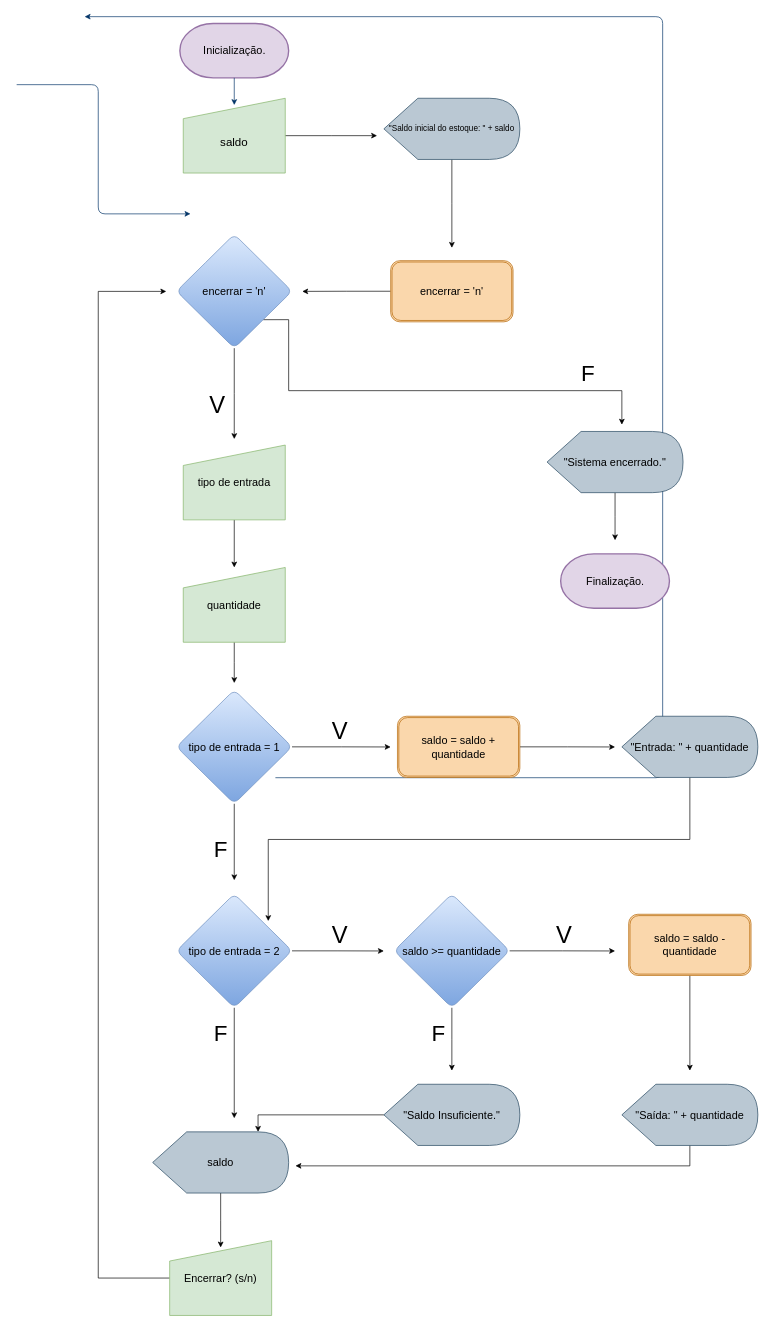
This is Untitled Diagram.drawio from petterkrupp/OnlineRepository, a draw.io file, before an edit. Source tidied: cells renumbered, new cells numbered last; positions are measured from the earlier drawing's top-left corner, leaving out a move shared by most shapes. Both pictures are drawn from the tidied source at 68%, with x=0, y=0 at pixel (16, 16).
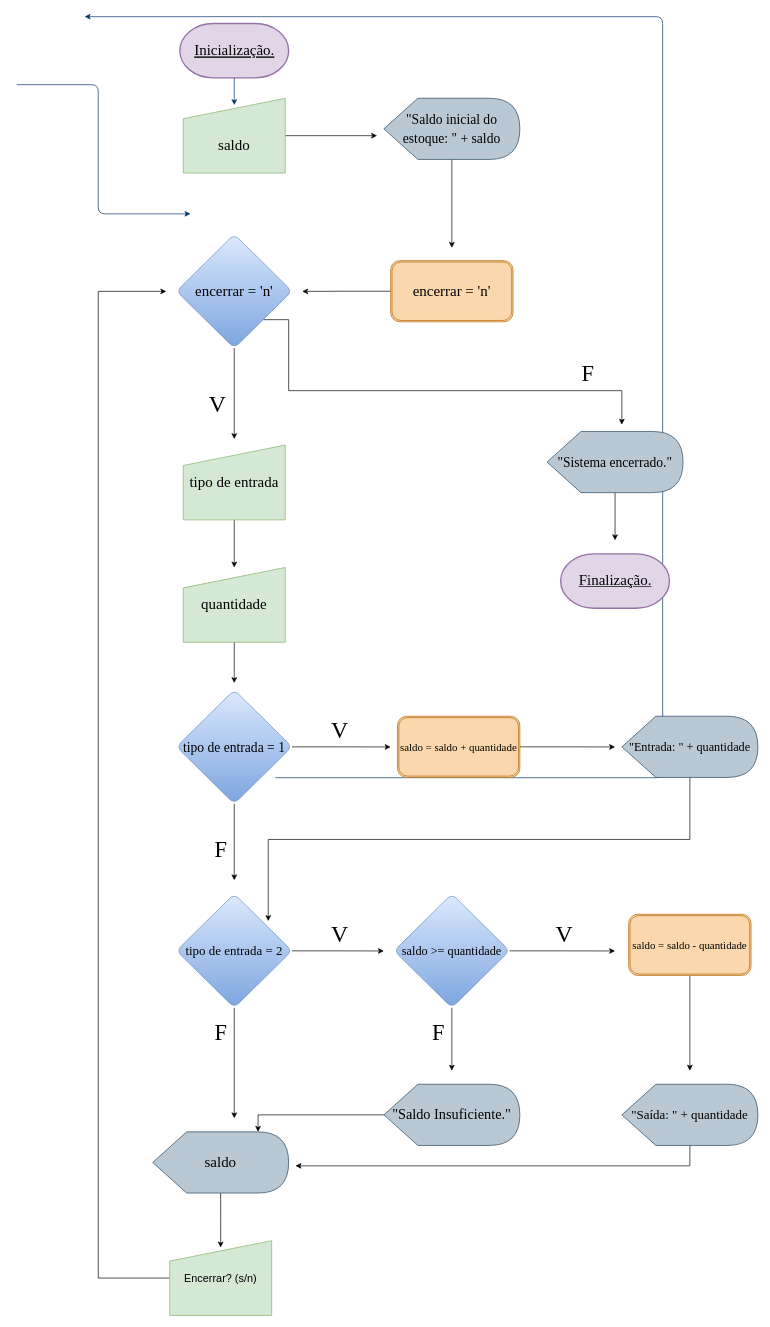
The same diagram, later.

Diff of the diagram source:
```diff
@@
-    <mxCell id="2" value="&lt;font style=&quot;font-size: 16px;&quot;&gt;Inicialização.&lt;/font&gt;" style="shape=mxgraph.flowchart.terminator;strokeWidth=2;gradientDirection=north;fontStyle=0;html=1;fillColor=#e1d5e7;strokeColor=#9673a6;" parent="1" vertex="1">
+    <mxCell id="2" value="&lt;font style=&quot;font-size: 22px;&quot;&gt;Inicialização.&lt;/font&gt;" style="shape=mxgraph.flowchart.terminator;strokeWidth=2;gradientDirection=north;fontStyle=4;html=1;fillColor=#e1d5e7;strokeColor=#9673a6;fontFamily=Times New Roman;fontSize=22;" parent="1" vertex="1">
       <mxGeometry x="240" y="10" width="160" height="80" as="geometry" />
     </mxCell>
-    <mxCell id="3" style="fontStyle=1;strokeColor=#003366;strokeWidth=1;html=1;" parent="1" edge="1" source="2">
+    <mxCell id="3" style="fontStyle=1;strokeColor=#003366;strokeWidth=1;html=1;fontFamily=Times New Roman;fontSize=22;" parent="1" edge="1" source="2">
       <mxGeometry relative="1" as="geometry">
         <mxPoint x="320" y="130" as="targetPoint" />
       </mxGeometry>
     </mxCell>
@@
-    <mxCell id="6" style="edgeStyle=orthogonalEdgeStyle;rounded=0;jettySize=auto;html=1;" parent="1" edge="1" source="7">
+    <mxCell id="6" style="edgeStyle=orthogonalEdgeStyle;rounded=0;jettySize=auto;html=1;fontFamily=Times New Roman;fontSize=22;" parent="1" edge="1" source="7">
       <mxGeometry relative="1" as="geometry">
         <mxPoint x="530" y="175" as="targetPoint" />
       </mxGeometry>
     </mxCell>
-    <mxCell id="7" value="&lt;font style=&quot;font-size: 17px;&quot;&gt;&lt;br&gt;saldo&lt;/font&gt;" style="shape=manualInput;whiteSpace=wrap;html=1;fillColor=#d5e8d4;strokeColor=#82b366;" parent="1" vertex="1">
+    <mxCell id="7" value="&lt;font style=&quot;font-size: 22px;&quot;&gt;&lt;br style=&quot;font-size: 22px;&quot;&gt;saldo&lt;/font&gt;" style="shape=manualInput;whiteSpace=wrap;html=1;fillColor=#d5e8d4;strokeColor=#82b366;fontFamily=Times New Roman;fontSize=22;" parent="1" vertex="1">
       <mxGeometry x="245" y="120" width="150" height="110" as="geometry" />
     </mxCell>
-    <mxCell id="8" style="edgeStyle=orthogonalEdgeStyle;rounded=0;jettySize=auto;html=1;" parent="1" edge="1" source="9">
+    <mxCell id="8" style="edgeStyle=orthogonalEdgeStyle;rounded=0;jettySize=auto;html=1;fontFamily=Times New Roman;fontSize=22;" parent="1" edge="1" source="9">
       <mxGeometry relative="1" as="geometry">
         <mxPoint x="640" y="340" as="targetPoint" />
       </mxGeometry>
     </mxCell>
-    <mxCell id="9" value="&lt;font style=&quot;font-size: 12px;&quot;&gt;&quot;Saldo inicial do estoque: &quot; + saldo&lt;/font&gt;" style="shape=display;whiteSpace=wrap;html=1;fillColor=#bac8d3;strokeColor=#23445d;" parent="1" vertex="1">
+    <mxCell id="9" value="&lt;font style=&quot;font-size: 20px;&quot;&gt;&quot;Saldo inicial do estoque: &quot; + saldo&lt;/font&gt;" style="shape=display;whiteSpace=wrap;html=1;fillColor=#bac8d3;strokeColor=#23445d;fontFamily=Times New Roman;fontSize=22;" parent="1" vertex="1">
       <mxGeometry x="540" y="120" width="200" height="90" as="geometry" />
     </mxCell>
-    <mxCell id="10" style="edgeStyle=orthogonalEdgeStyle;rounded=0;jettySize=auto;html=1;" parent="1" edge="1" source="11">
+    <mxCell id="10" style="edgeStyle=orthogonalEdgeStyle;rounded=0;jettySize=auto;html=1;fontFamily=Times New Roman;fontSize=22;" parent="1" edge="1" source="11">
       <mxGeometry relative="1" as="geometry">
         <mxPoint x="420" y="404" as="targetPoint" />
       </mxGeometry>
     </mxCell>
-    <mxCell id="11" value="&lt;font style=&quot;font-size: 16px;&quot;&gt;encerrar = 'n'&lt;/font&gt;" style="shape=ext;double=1;rounded=1;whiteSpace=wrap;html=1;fillColor=#fad7ac;strokeColor=#b46504;" parent="1" vertex="1">
+    <mxCell id="11" value="&lt;font style=&quot;font-size: 22px;&quot;&gt;encerrar = 'n'&lt;/font&gt;" style="shape=ext;double=1;rounded=1;whiteSpace=wrap;html=1;fillColor=#fad7ac;strokeColor=#b46504;fontFamily=Times New Roman;fontSize=22;" parent="1" vertex="1">
       <mxGeometry x="550" y="358.8" width="180" height="90" as="geometry" />
     </mxCell>
-    <mxCell id="12" style="edgeStyle=orthogonalEdgeStyle;rounded=0;jettySize=auto;html=1;" parent="1" edge="1" source="14">
+    <mxCell id="12" style="edgeStyle=orthogonalEdgeStyle;rounded=0;jettySize=auto;html=1;fontFamily=Times New Roman;" parent="1" edge="1" source="14">
       <mxGeometry relative="1" as="geometry">
         <mxPoint x="320" y="621.2" as="targetPoint" />
       </mxGeometry>
     </mxCell>
-    <mxCell id="13" style="edgeStyle=orthogonalEdgeStyle;rounded=0;jettySize=auto;html=1;exitX=1;exitY=1;exitDx=0;exitDy=0;" parent="1" edge="1" source="14">
+    <mxCell id="13" style="edgeStyle=orthogonalEdgeStyle;rounded=0;jettySize=auto;html=1;exitX=1;exitY=1;exitDx=0;exitDy=0;fontFamily=Times New Roman;" parent="1" edge="1" source="14">
       <mxGeometry relative="1" as="geometry">
         <mxPoint x="890" y="600" as="targetPoint" />
         <Array as="points">
           <mxPoint x="400" y="446" />
           <mxPoint x="400" y="550" />
           <mxPoint x="890" y="550" />
         </Array>
       </mxGeometry>
     </mxCell>
-    <mxCell id="14" value="&lt;font style=&quot;font-size: 16px;&quot;&gt;encerrar = 'n'&lt;/font&gt;" style="rhombus;whiteSpace=wrap;html=1;rounded=1;fillColor=#dae8fc;strokeColor=#6c8ebf;gradientColor=#7ea6e0;" parent="1" vertex="1">
+    <mxCell id="14" value="&lt;font style=&quot;font-size: 22px;&quot;&gt;encerrar = 'n'&lt;/font&gt;" style="rhombus;whiteSpace=wrap;html=1;rounded=1;fillColor=#dae8fc;strokeColor=#6c8ebf;gradientColor=#7ea6e0;fontFamily=Times New Roman;" parent="1" vertex="1">
       <mxGeometry x="235" y="320" width="170" height="167.5" as="geometry" />
     </mxCell>
-    <mxCell id="15" style="edgeStyle=orthogonalEdgeStyle;rounded=0;jettySize=auto;html=1;" parent="1" edge="1" source="16" target="18">
+    <mxCell id="15" style="edgeStyle=orthogonalEdgeStyle;rounded=0;jettySize=auto;html=1;fontFamily=Times New Roman;" parent="1" edge="1" source="16" target="18">
       <mxGeometry relative="1" as="geometry" />
     </mxCell>
-    <mxCell id="16" value="&lt;font style=&quot;font-size: 16px;&quot;&gt;tipo de entrada&lt;/font&gt;" style="shape=manualInput;whiteSpace=wrap;html=1;fillColor=#d5e8d4;strokeColor=#82b366;" parent="1" vertex="1">
+    <mxCell id="16" value="&lt;font style=&quot;font-size: 22px;&quot;&gt;tipo de entrada&lt;/font&gt;" style="shape=manualInput;whiteSpace=wrap;html=1;fillColor=#d5e8d4;strokeColor=#82b366;fontFamily=Times New Roman;" parent="1" vertex="1">
       <mxGeometry x="245" y="630" width="150" height="110" as="geometry" />
     </mxCell>
-    <mxCell id="17" style="edgeStyle=orthogonalEdgeStyle;rounded=0;jettySize=auto;html=1;" parent="1" edge="1" source="18">
+    <mxCell id="17" style="edgeStyle=orthogonalEdgeStyle;rounded=0;jettySize=auto;html=1;fontFamily=Times New Roman;" parent="1" edge="1" source="18">
       <mxGeometry relative="1" as="geometry">
         <mxPoint x="320" y="980" as="targetPoint" />
       </mxGeometry>
     </mxCell>
-    <mxCell id="18" value="&lt;font style=&quot;font-size: 16px;&quot;&gt;quantidade&lt;/font&gt;" style="shape=manualInput;whiteSpace=wrap;html=1;fillColor=#d5e8d4;strokeColor=#82b366;" parent="1" vertex="1">
+    <mxCell id="18" value="&lt;font style=&quot;font-size: 22px;&quot;&gt;quantidade&lt;/font&gt;" style="shape=manualInput;whiteSpace=wrap;html=1;fillColor=#d5e8d4;strokeColor=#82b366;fontFamily=Times New Roman;" parent="1" vertex="1">
       <mxGeometry x="245" y="810" width="150" height="110" as="geometry" />
     </mxCell>
-    <mxCell id="19" style="edgeStyle=orthogonalEdgeStyle;rounded=0;jettySize=auto;html=1;" parent="1" edge="1" source="21">
+    <mxCell id="19" style="edgeStyle=orthogonalEdgeStyle;rounded=0;jettySize=auto;html=1;fontFamily=Times New Roman;" parent="1" edge="1" source="21">
       <mxGeometry relative="1" as="geometry">
         <mxPoint x="550" y="1074" as="targetPoint" />
       </mxGeometry>
     </mxCell>
-    <mxCell id="20" style="edgeStyle=orthogonalEdgeStyle;rounded=0;jettySize=auto;html=1;" parent="1" edge="1" source="21">
+    <mxCell id="20" style="edgeStyle=orthogonalEdgeStyle;rounded=0;jettySize=auto;html=1;fontFamily=Times New Roman;" parent="1" edge="1" source="21">
       <mxGeometry relative="1" as="geometry">
         <mxPoint x="320" y="1270" as="targetPoint" />
       </mxGeometry>
     </mxCell>
-    <mxCell id="21" value="&lt;font style=&quot;font-size: 16px;&quot;&gt;tipo de entrada = 1&lt;/font&gt;" style="rhombus;whiteSpace=wrap;html=1;rounded=1;fillColor=#dae8fc;gradientColor=#7ea6e0;strokeColor=#6c8ebf;" parent="1" vertex="1">
+    <mxCell id="21" value="&lt;font style=&quot;font-size: 20px;&quot;&gt;tipo de entrada = 1&lt;/font&gt;" style="rhombus;whiteSpace=wrap;html=1;rounded=1;fillColor=#dae8fc;gradientColor=#7ea6e0;strokeColor=#6c8ebf;fontFamily=Times New Roman;" parent="1" vertex="1">
       <mxGeometry x="235" y="990" width="170" height="167.5" as="geometry" />
     </mxCell>
-    <mxCell id="22" style="edgeStyle=orthogonalEdgeStyle;rounded=0;jettySize=auto;html=1;" parent="1" edge="1" source="23">
+    <mxCell id="22" style="edgeStyle=orthogonalEdgeStyle;rounded=0;jettySize=auto;html=1;fontFamily=Times New Roman;" parent="1" edge="1" source="23">
       <mxGeometry relative="1" as="geometry">
         <mxPoint x="880" y="1074" as="targetPoint" />
       </mxGeometry>
     </mxCell>
-    <mxCell id="23" value="&lt;font style=&quot;font-size: 16px;&quot;&gt;saldo = saldo + quantidade&lt;br&gt;&lt;/font&gt;" style="shape=ext;double=1;rounded=1;whiteSpace=wrap;html=1;fillColor=#fad7ac;strokeColor=#b46504;" parent="1" vertex="1">
+    <mxCell id="23" value="&lt;font style=&quot;&quot;&gt;&lt;font style=&quot;font-size: 16px;&quot;&gt;saldo = saldo + quantidade&lt;/font&gt;&lt;br&gt;&lt;/font&gt;" style="shape=ext;double=1;rounded=1;whiteSpace=wrap;html=1;fillColor=#fad7ac;strokeColor=#b46504;fontFamily=Times New Roman;" parent="1" vertex="1">
       <mxGeometry x="560" y="1028.8" width="180" height="90" as="geometry" />
     </mxCell>
-    <mxCell id="24" style="edgeStyle=orthogonalEdgeStyle;rounded=0;jettySize=auto;html=1;" parent="1" edge="1" source="25">
+    <mxCell id="24" style="edgeStyle=orthogonalEdgeStyle;rounded=0;jettySize=auto;html=1;fontFamily=Times New Roman;" parent="1" edge="1" source="25">
       <mxGeometry relative="1" as="geometry">
         <mxPoint x="370" y="1330" as="targetPoint" />
         <Array as="points">
           <mxPoint x="990" y="1210" />
           <mxPoint x="370" y="1210" />
         </Array>
       </mxGeometry>
     </mxCell>
-    <mxCell id="25" value="&lt;font style=&quot;font-size: 16px;&quot;&gt;&quot;Entrada: &quot; + quantidade&lt;/font&gt;" style="shape=display;whiteSpace=wrap;html=1;fillColor=#bac8d3;strokeColor=#23445d;" parent="1" vertex="1">
+    <mxCell id="25" value="&lt;font style=&quot;font-size: 18px;&quot;&gt;&quot;Entrada: &quot; + quantidade&lt;/font&gt;" style="shape=display;whiteSpace=wrap;html=1;fillColor=#bac8d3;strokeColor=#23445d;fontFamily=Times New Roman;" parent="1" vertex="1">
       <mxGeometry x="890" y="1028.8" width="200" height="90" as="geometry" />
     </mxCell>
-    <mxCell id="26" value="&lt;font style=&quot;font-size: 35px;&quot;&gt;V&lt;/font&gt;" style="text;html=1;align=center;verticalAlign=middle;strokeColor=none;fillColor=none;" parent="1" vertex="1">
+    <mxCell id="26" value="&lt;font style=&quot;font-size: 35px;&quot;&gt;V&lt;/font&gt;" style="text;html=1;align=center;verticalAlign=middle;strokeColor=none;fillColor=none;fontFamily=Times New Roman;" parent="1" vertex="1">
       <mxGeometry x="270" y="540" width="50" height="60" as="geometry" />
     </mxCell>
-    <mxCell id="27" value="&lt;font style=&quot;font-size: 33px;&quot;&gt;F&lt;/font&gt;" style="text;html=1;align=center;verticalAlign=middle;strokeColor=none;fillColor=none;" parent="1" vertex="1">
+    <mxCell id="27" value="&lt;font style=&quot;font-size: 33px;&quot;&gt;F&lt;/font&gt;" style="text;html=1;align=center;verticalAlign=middle;strokeColor=none;fillColor=none;fontFamily=Times New Roman;" parent="1" vertex="1">
       <mxGeometry x="820" y="500" width="40" height="50" as="geometry" />
     </mxCell>
-    <mxCell id="28" style="edgeStyle=orthogonalEdgeStyle;rounded=0;jettySize=auto;html=1;" parent="1" edge="1" source="30">
+    <mxCell id="28" style="edgeStyle=orthogonalEdgeStyle;rounded=0;jettySize=auto;html=1;fontFamily=Times New Roman;" parent="1" edge="1" source="30">
       <mxGeometry relative="1" as="geometry">
         <mxPoint x="540" y="1374" as="targetPoint" />
       </mxGeometry>
     </mxCell>
-    <mxCell id="29" style="edgeStyle=orthogonalEdgeStyle;rounded=0;jettySize=auto;html=1;" parent="1" edge="1" source="30">
+    <mxCell id="29" style="edgeStyle=orthogonalEdgeStyle;rounded=0;jettySize=auto;html=1;fontFamily=Times New Roman;" parent="1" edge="1" source="30">
       <mxGeometry relative="1" as="geometry">
         <mxPoint x="320" y="1620" as="targetPoint" />
       </mxGeometry>
     </mxCell>
-    <mxCell id="30" value="&lt;font style=&quot;font-size: 16px;&quot;&gt;tipo de entrada = 2&lt;/font&gt;" style="rhombus;whiteSpace=wrap;html=1;rounded=1;fillColor=#dae8fc;gradientColor=#7ea6e0;strokeColor=#6c8ebf;" parent="1" vertex="1">
+    <mxCell id="30" value="&lt;font style=&quot;font-size: 19px;&quot;&gt;tipo de entrada = 2&lt;/font&gt;" style="rhombus;whiteSpace=wrap;html=1;rounded=1;fillColor=#dae8fc;gradientColor=#7ea6e0;strokeColor=#6c8ebf;fontFamily=Times New Roman;" parent="1" vertex="1">
       <mxGeometry x="235" y="1290" width="170" height="167.5" as="geometry" />
     </mxCell>
-    <mxCell id="31" value="&lt;font style=&quot;font-size: 35px;&quot;&gt;V&lt;/font&gt;" style="text;html=1;align=center;verticalAlign=middle;strokeColor=none;fillColor=none;" parent="1" vertex="1">
+    <mxCell id="31" value="&lt;font style=&quot;font-size: 35px;&quot;&gt;V&lt;/font&gt;" style="text;html=1;align=center;verticalAlign=middle;strokeColor=none;fillColor=none;fontFamily=Times New Roman;" parent="1" vertex="1">
       <mxGeometry x="450" y="1020" width="50" height="60" as="geometry" />
     </mxCell>
-    <mxCell id="32" value="&lt;font style=&quot;font-size: 33px;&quot;&gt;F&lt;/font&gt;" style="text;html=1;align=center;verticalAlign=middle;strokeColor=none;fillColor=none;" parent="1" vertex="1">
+    <mxCell id="32" value="&lt;font style=&quot;font-size: 33px;&quot;&gt;F&lt;/font&gt;" style="text;html=1;align=center;verticalAlign=middle;strokeColor=none;fillColor=none;fontFamily=Times New Roman;" parent="1" vertex="1">
       <mxGeometry x="280" y="1200" width="40" height="50" as="geometry" />
     </mxCell>
-    <mxCell id="33" value="&lt;font style=&quot;font-size: 16px;&quot;&gt;Finalização.&lt;/font&gt;" style="shape=mxgraph.flowchart.terminator;strokeWidth=2;gradientDirection=north;fontStyle=0;html=1;fillColor=#e1d5e7;strokeColor=#9673a6;" parent="1" vertex="1">
+    <mxCell id="33" value="&lt;font style=&quot;font-size: 22px;&quot;&gt;Finalização.&lt;/font&gt;" style="shape=mxgraph.flowchart.terminator;strokeWidth=2;gradientDirection=north;fontStyle=4;html=1;fillColor=#e1d5e7;strokeColor=#9673a6;fontFamily=Times New Roman;" parent="1" vertex="1">
       <mxGeometry x="800" y="790" width="160" height="80" as="geometry" />
     </mxCell>
-    <mxCell id="34" style="edgeStyle=orthogonalEdgeStyle;rounded=0;jettySize=auto;html=1;" parent="1" edge="1" source="36">
+    <mxCell id="34" style="edgeStyle=orthogonalEdgeStyle;rounded=0;jettySize=auto;html=1;fontFamily=Times New Roman;" parent="1" edge="1" source="36">
       <mxGeometry relative="1" as="geometry">
         <mxPoint x="880" y="1374" as="targetPoint" />
       </mxGeometry>
     </mxCell>
-    <mxCell id="35" style="edgeStyle=orthogonalEdgeStyle;rounded=0;jettySize=auto;html=1;" parent="1" edge="1" source="36">
+    <mxCell id="35" style="edgeStyle=orthogonalEdgeStyle;rounded=0;jettySize=auto;html=1;fontFamily=Times New Roman;" parent="1" edge="1" source="36">
       <mxGeometry relative="1" as="geometry">
         <mxPoint x="640" y="1550" as="targetPoint" />
       </mxGeometry>
     </mxCell>
-    <mxCell id="36" value="&lt;font style=&quot;font-size: 16px;&quot;&gt;saldo &amp;gt;= quantidade&lt;/font&gt;" style="rhombus;whiteSpace=wrap;html=1;rounded=1;fillColor=#dae8fc;gradientColor=#7ea6e0;strokeColor=#6c8ebf;" parent="1" vertex="1">
+    <mxCell id="36" value="&lt;font style=&quot;font-size: 18px;&quot;&gt;saldo &amp;gt;= quantidade&lt;/font&gt;" style="rhombus;whiteSpace=wrap;html=1;rounded=1;fillColor=#dae8fc;gradientColor=#7ea6e0;strokeColor=#6c8ebf;fontFamily=Times New Roman;" parent="1" vertex="1">
       <mxGeometry x="555" y="1290" width="170" height="167.5" as="geometry" />
     </mxCell>
-    <mxCell id="37" style="edgeStyle=orthogonalEdgeStyle;rounded=0;jettySize=auto;html=1;" parent="1" edge="1" source="38">
+    <mxCell id="37" style="edgeStyle=orthogonalEdgeStyle;rounded=0;jettySize=auto;html=1;fontFamily=Times New Roman;" parent="1" edge="1" source="38">
       <mxGeometry relative="1" as="geometry">
         <mxPoint x="990" y="1550" as="targetPoint" />
       </mxGeometry>
     </mxCell>
-    <mxCell id="38" value="&lt;font style=&quot;font-size: 16px;&quot;&gt;saldo = saldo - quantidade&lt;br&gt;&lt;/font&gt;" style="shape=ext;double=1;rounded=1;whiteSpace=wrap;html=1;fillColor=#fad7ac;strokeColor=#b46504;" parent="1" vertex="1">
+    <mxCell id="38" value="&lt;font style=&quot;&quot;&gt;&lt;font style=&quot;font-size: 16px;&quot;&gt;saldo = saldo - quantidade&lt;/font&gt;&lt;br&gt;&lt;/font&gt;" style="shape=ext;double=1;rounded=1;whiteSpace=wrap;html=1;fillColor=#fad7ac;strokeColor=#b46504;fontFamily=Times New Roman;" parent="1" vertex="1">
       <mxGeometry x="900" y="1320" width="180" height="90" as="geometry" />
     </mxCell>
-    <mxCell id="39" style="edgeStyle=orthogonalEdgeStyle;rounded=0;jettySize=auto;html=1;" parent="1" edge="1" source="40">
+    <mxCell id="39" style="edgeStyle=orthogonalEdgeStyle;rounded=0;jettySize=auto;html=1;fontFamily=Times New Roman;" parent="1" edge="1" source="40">
       <mxGeometry relative="1" as="geometry">
         <mxPoint x="410" y="1690" as="targetPoint" />
         <Array as="points">
           <mxPoint x="990" y="1690" />
         </Array>
       </mxGeometry>
     </mxCell>
-    <mxCell id="40" value="&lt;span style=&quot;font-size: 16px;&quot;&gt;&quot;Saída: &quot; + quantidade&lt;/span&gt;" style="shape=display;whiteSpace=wrap;html=1;fillColor=#bac8d3;strokeColor=#23445d;" parent="1" vertex="1">
+    <mxCell id="40" value="&lt;font style=&quot;font-size: 19px;&quot;&gt;&quot;Saída: &quot; + quantidade&lt;/font&gt;" style="shape=display;whiteSpace=wrap;html=1;fillColor=#bac8d3;strokeColor=#23445d;fontFamily=Times New Roman;" parent="1" vertex="1">
       <mxGeometry x="890" y="1570" width="200" height="90" as="geometry" />
     </mxCell>
-    <mxCell id="41" style="edgeStyle=orthogonalEdgeStyle;rounded=0;jettySize=auto;html=1;entryX=0;entryY=0;entryDx=155;entryDy=0;entryPerimeter=0;" parent="1" edge="1" source="42" target="48">
+    <mxCell id="41" style="edgeStyle=orthogonalEdgeStyle;rounded=0;jettySize=auto;html=1;entryX=0;entryY=0;entryDx=155;entryDy=0;entryPerimeter=0;fontFamily=Times New Roman;" parent="1" edge="1" source="42" target="48">
       <mxGeometry relative="1" as="geometry" />
     </mxCell>
-    <mxCell id="42" value="&lt;font style=&quot;font-size: 16px;&quot;&gt;&quot;Saldo Insuficiente.&quot;&lt;/font&gt;" style="shape=display;whiteSpace=wrap;html=1;fillColor=#bac8d3;strokeColor=#23445d;" parent="1" vertex="1">
+    <mxCell id="42" value="&lt;font style=&quot;font-size: 21px;&quot;&gt;&quot;Saldo Insuficiente.&quot;&lt;/font&gt;" style="shape=display;whiteSpace=wrap;html=1;fillColor=#bac8d3;strokeColor=#23445d;fontFamily=Times New Roman;" parent="1" vertex="1">
       <mxGeometry x="540" y="1570" width="200" height="90" as="geometry" />
     </mxCell>
-    <mxCell id="43" value="&lt;font style=&quot;font-size: 35px;&quot;&gt;V&lt;/font&gt;" style="text;html=1;align=center;verticalAlign=middle;strokeColor=none;fillColor=none;" parent="1" vertex="1">
+    <mxCell id="43" value="&lt;font style=&quot;font-size: 35px;&quot;&gt;V&lt;/font&gt;" style="text;html=1;align=center;verticalAlign=middle;strokeColor=none;fillColor=none;fontFamily=Times New Roman;" parent="1" vertex="1">
       <mxGeometry x="450" y="1320" width="50" height="60" as="geometry" />
     </mxCell>
-    <mxCell id="44" value="&lt;font style=&quot;font-size: 35px;&quot;&gt;V&lt;/font&gt;" style="text;html=1;align=center;verticalAlign=middle;strokeColor=none;fillColor=none;" parent="1" vertex="1">
+    <mxCell id="44" value="&lt;font style=&quot;font-size: 35px;&quot;&gt;V&lt;/font&gt;" style="text;html=1;align=center;verticalAlign=middle;strokeColor=none;fillColor=none;fontFamily=Times New Roman;" parent="1" vertex="1">
       <mxGeometry x="780" y="1320" width="50" height="60" as="geometry" />
     </mxCell>
-    <mxCell id="45" value="&lt;font style=&quot;font-size: 33px;&quot;&gt;F&lt;/font&gt;" style="text;html=1;align=center;verticalAlign=middle;strokeColor=none;fillColor=none;" parent="1" vertex="1">
+    <mxCell id="45" value="&lt;font style=&quot;font-size: 33px;&quot;&gt;F&lt;/font&gt;" style="text;html=1;align=center;verticalAlign=middle;strokeColor=none;fillColor=none;fontFamily=Times New Roman;" parent="1" vertex="1">
       <mxGeometry x="600" y="1470" width="40" height="50" as="geometry" />
     </mxCell>
-    <mxCell id="46" value="&lt;font style=&quot;font-size: 33px;&quot;&gt;F&lt;/font&gt;" style="text;html=1;align=center;verticalAlign=middle;strokeColor=none;fillColor=none;" parent="1" vertex="1">
+    <mxCell id="46" value="&lt;font style=&quot;font-size: 33px;&quot;&gt;F&lt;/font&gt;" style="text;html=1;align=center;verticalAlign=middle;strokeColor=none;fillColor=none;fontFamily=Times New Roman;" parent="1" vertex="1">
       <mxGeometry x="280" y="1470" width="40" height="50" as="geometry" />
     </mxCell>
-    <mxCell id="47" style="edgeStyle=orthogonalEdgeStyle;rounded=0;jettySize=auto;html=1;" parent="1" edge="1" source="48">
+    <mxCell id="47" style="edgeStyle=orthogonalEdgeStyle;rounded=0;jettySize=auto;html=1;fontFamily=Times New Roman;" parent="1" edge="1" source="48">
       <mxGeometry relative="1" as="geometry">
         <mxPoint x="300" y="1810" as="targetPoint" />
       </mxGeometry>
     </mxCell>
-    <mxCell id="48" value="&lt;font style=&quot;font-size: 16px;&quot;&gt;saldo&lt;/font&gt;" style="shape=display;whiteSpace=wrap;html=1;fillColor=#bac8d3;strokeColor=#23445d;" parent="1" vertex="1">
+    <mxCell id="48" value="&lt;font style=&quot;font-size: 22px;&quot;&gt;saldo&lt;/font&gt;" style="shape=display;whiteSpace=wrap;html=1;fillColor=#bac8d3;strokeColor=#23445d;fontFamily=Times New Roman;" parent="1" vertex="1">
       <mxGeometry x="200" y="1640" width="200" height="90" as="geometry" />
     </mxCell>
@@
-    <mxCell id="51" style="edgeStyle=orthogonalEdgeStyle;rounded=0;jettySize=auto;html=1;" parent="1" edge="1" source="52">
+    <mxCell id="51" style="edgeStyle=orthogonalEdgeStyle;rounded=0;jettySize=auto;html=1;fontFamily=Times New Roman;" parent="1" edge="1" source="52">
       <mxGeometry relative="1" as="geometry">
         <mxPoint x="880" y="770" as="targetPoint" />
       </mxGeometry>
     </mxCell>
-    <mxCell id="52" value="&lt;span style=&quot;font-size: 16px;&quot;&gt;&quot;Sistema encerrado.&quot;&lt;/span&gt;" style="shape=display;whiteSpace=wrap;html=1;fillColor=#bac8d3;strokeColor=#23445d;" parent="1" vertex="1">
+    <mxCell id="52" value="&lt;font style=&quot;font-size: 20px;&quot;&gt;&quot;Sistema encerrado.&quot;&lt;/font&gt;" style="shape=display;whiteSpace=wrap;html=1;fillColor=#bac8d3;strokeColor=#23445d;fontFamily=Times New Roman;" parent="1" vertex="1">
       <mxGeometry x="780" y="610" width="200" height="90" as="geometry" />
     </mxCell>
```
